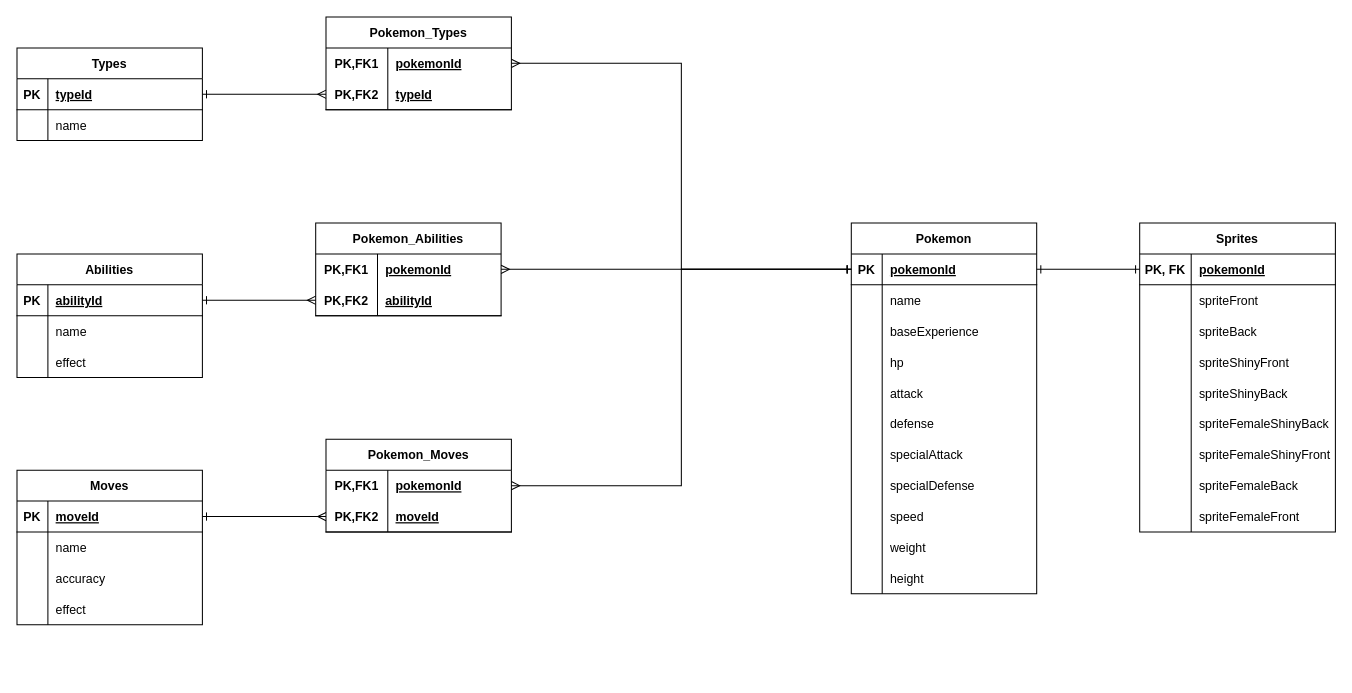
Earlier version of the draw.io diagram Docs/Pokemon_on_rails.drawio (Cohectum/Pokemon_on_Rails). Source tidied: cells renumbered, new cells numbered last; positions are measured from the earlier drawing's top-left corner, leaving out a move shared by most shapes. Both pictures are drawn from the tidied source at 103%, with x=0, y=0 at pixel (16, 16).
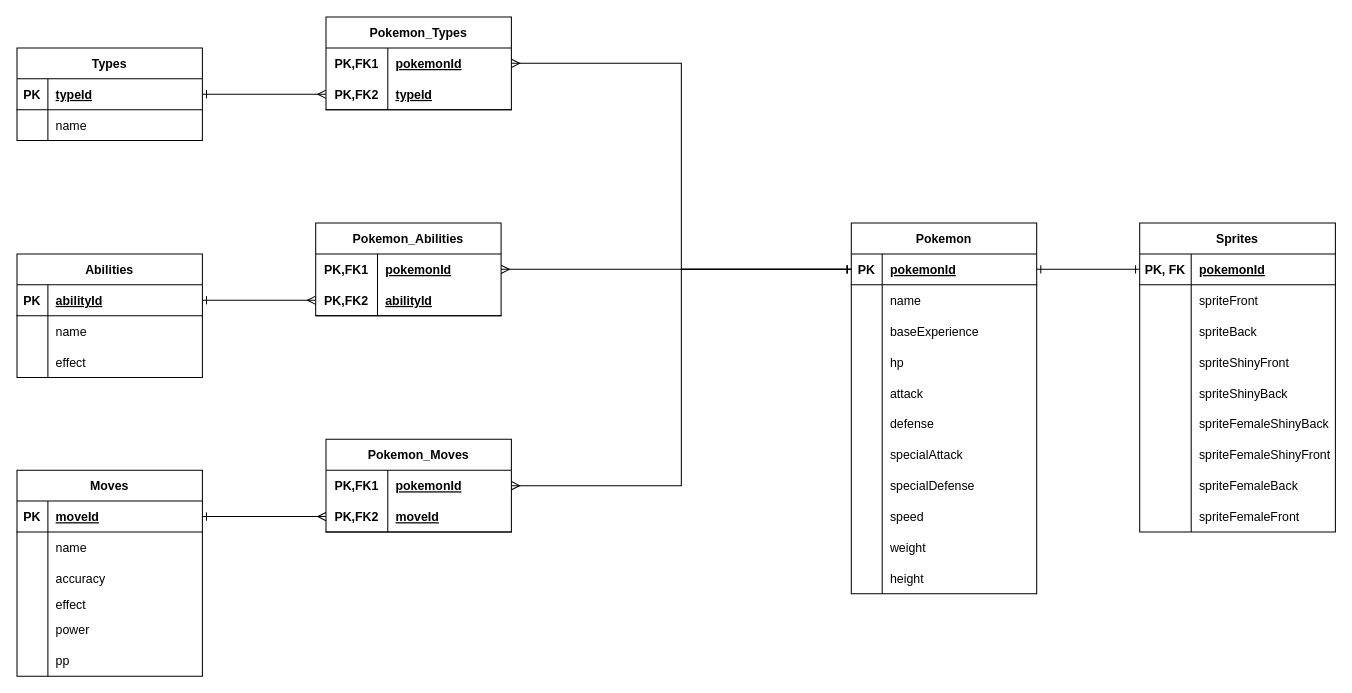
The same diagram, later.

Change to the diagram source:
```diff
@@
     <mxCell id="53" value="Moves" style="shape=table;startSize=30;childLayout=tableLayout;rowLines=0;fontStyle=1;align=center;" parent="1" vertex="1">
-      <mxGeometry y="440" width="180" height="150" as="geometry" />
+      <mxGeometry y="440" width="180" height="200" as="geometry" />
     </mxCell>
@@
     <mxCell id="63" style="shape=tableRow;horizontal=0;startSize=0;swimlaneHead=0;swimlaneBody=0;fillColor=none;top=0;left=0;right=0;bottom=0;" parent="53" vertex="1">
-      <mxGeometry y="120" width="180" height="30" as="geometry" />
+      <mxGeometry y="120" width="180" height="20" as="geometry" />
     </mxCell>
     <mxCell id="64" style="shape=partialRectangle;fillColor=none;top=0;left=0;bottom=0;right=0;overflow=hidden;" parent="63" vertex="1">
-      <mxGeometry width="30" height="30" as="geometry" />
+      <mxGeometry width="30" height="20" as="geometry" />
     </mxCell>
     <mxCell id="65" value="effect" style="shape=partialRectangle;fillColor=none;top=0;left=0;bottom=0;right=0;align=left;spacingLeft=6;overflow=hidden;" parent="63" vertex="1">
-      <mxGeometry x="30" width="150" height="30" as="geometry" />
+      <mxGeometry x="30" width="150" height="20" as="geometry" />
     </mxCell>
+    <mxCell id="122" style="shape=tableRow;horizontal=0;startSize=0;swimlaneHead=0;swimlaneBody=0;fillColor=none;top=0;left=0;right=0;bottom=0;" parent="53" vertex="1">
+      <mxGeometry y="140" width="180" height="30" as="geometry" />
+    </mxCell>
+    <mxCell id="123" style="shape=partialRectangle;fillColor=none;top=0;left=0;bottom=0;right=0;overflow=hidden;" parent="122" vertex="1">
+      <mxGeometry width="30" height="30" as="geometry" />
+    </mxCell>
+    <mxCell id="124" value="power" style="shape=partialRectangle;fillColor=none;top=0;left=0;bottom=0;right=0;align=left;spacingLeft=6;overflow=hidden;" parent="122" vertex="1">
+      <mxGeometry x="30" width="150" height="30" as="geometry" />
+    </mxCell>
+    <mxCell id="125" style="shape=tableRow;horizontal=0;startSize=0;swimlaneHead=0;swimlaneBody=0;fillColor=none;top=0;left=0;right=0;bottom=0;" parent="53" vertex="1">
+      <mxGeometry y="170" width="180" height="30" as="geometry" />
+    </mxCell>
+    <mxCell id="126" style="shape=partialRectangle;fillColor=none;top=0;left=0;bottom=0;right=0;overflow=hidden;" parent="125" vertex="1">
+      <mxGeometry width="30" height="30" as="geometry" />
+    </mxCell>
+    <mxCell id="127" value="pp" style="shape=partialRectangle;fillColor=none;top=0;left=0;bottom=0;right=0;align=left;spacingLeft=6;overflow=hidden;" parent="125" vertex="1">
+      <mxGeometry x="30" width="150" height="30" as="geometry" />
+    </mxCell>
```
